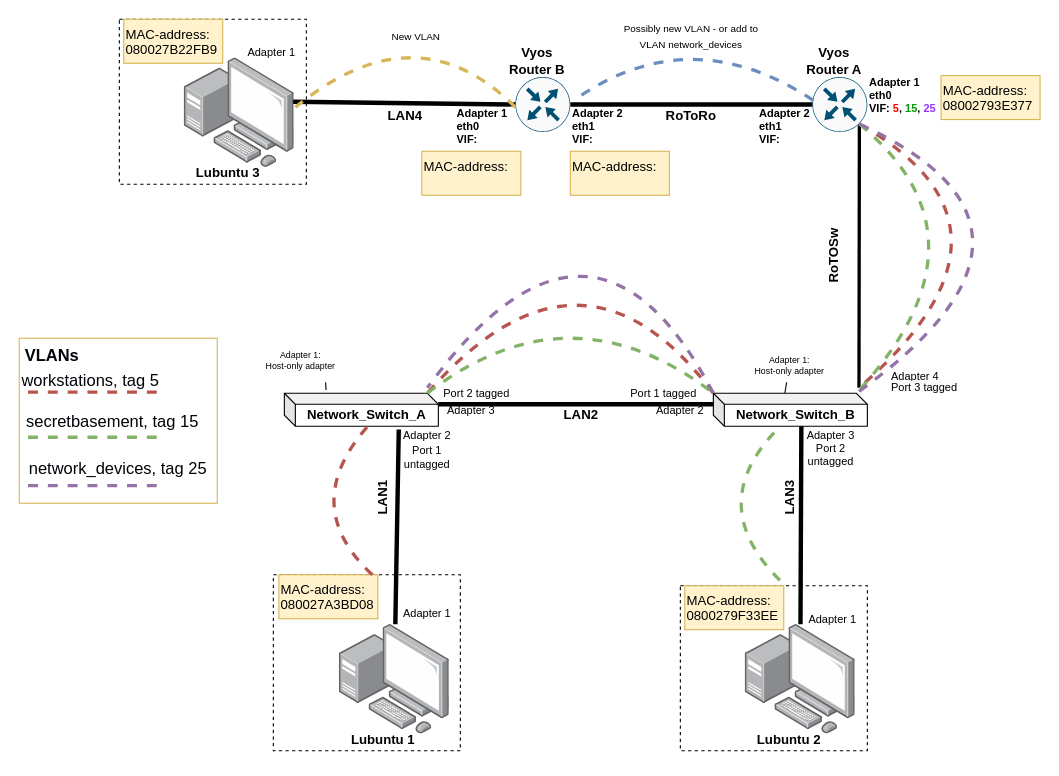
Kjersheim/DataNetworksIntro2023 keeps this draw.io diagram as page "Physical Topology" (1 of 3) of documentation/E05/E05NetworkCharts.drawio. Above is the earlier version. Source tidied: cells renumbered, new cells numbered last; positions are measured from the earlier drawing's top-left corner, leaving out a move shared by most shapes. Both pictures are drawn from the tidied source at 110%, with x=0, y=0 at pixel (19, 8).
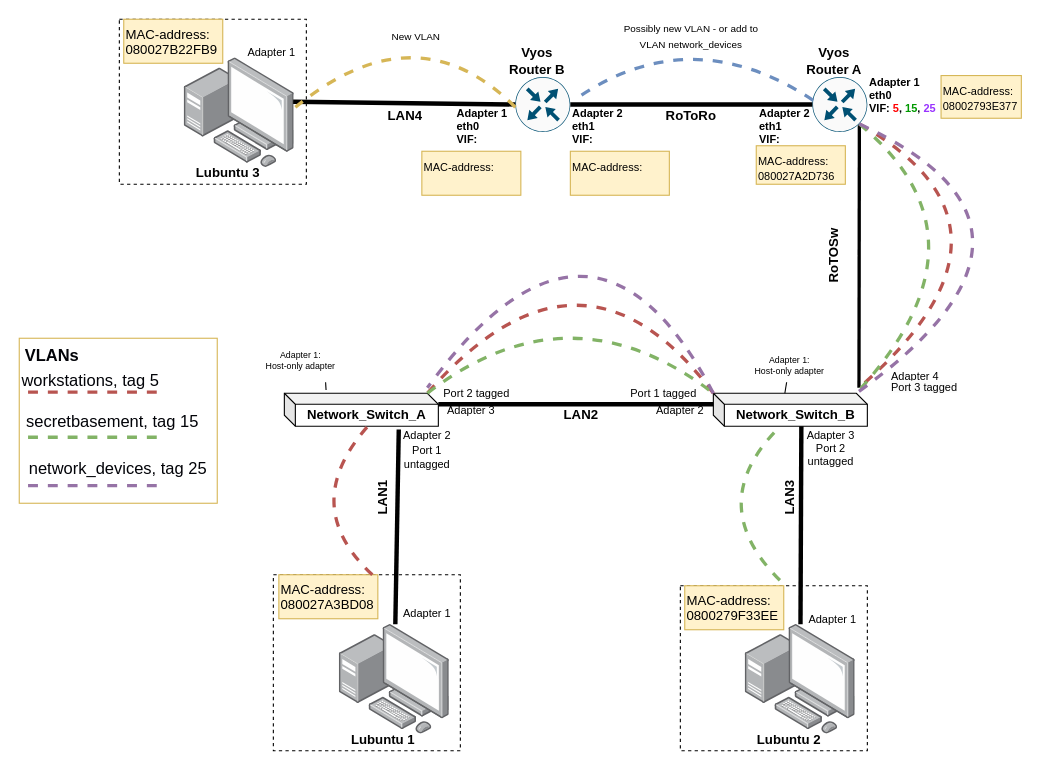
After the change.

Diff of the diagram source:
```diff
@@
-    <mxCell id="53" value="MAC-address:&lt;br&gt;08002793E377" style="text;strokeColor=#d6b656;align=left;fillColor=#fff2cc;html=1;verticalAlign=top;rounded=0;whiteSpace=wrap;labelBorderColor=none;fillStyle=auto;" parent="1" vertex="1">
-      <mxGeometry x="838" y="61.2" width="90" height="40" as="geometry" />
+    <mxCell id="53" value="&lt;font style=&quot;font-size: 10px;&quot;&gt;MAC-address:&lt;br&gt;08002793E377&lt;/font&gt;" style="text;strokeColor=#d6b656;align=left;fillColor=#fff2cc;html=1;verticalAlign=top;rounded=0;whiteSpace=wrap;labelBorderColor=none;fillStyle=auto;" parent="1" vertex="1">
+      <mxGeometry x="838" y="61.2" width="73" height="38.8" as="geometry" />
     </mxCell>
@@
-    <mxCell id="64" value="MAC-address:&lt;br&gt;" style="text;strokeColor=#d6b656;align=left;fillColor=#fff2cc;html=1;verticalAlign=top;rounded=0;whiteSpace=wrap;labelBorderColor=none;fillStyle=auto;" parent="1" vertex="1">
+    <mxCell id="64" value="&lt;font style=&quot;font-size: 10px;&quot;&gt;MAC-address:&lt;/font&gt;" style="text;strokeColor=#d6b656;align=left;fillColor=#fff2cc;html=1;verticalAlign=top;rounded=0;whiteSpace=wrap;labelBorderColor=none;fillStyle=auto;" parent="1" vertex="1">
       <mxGeometry x="366" y="130" width="90" height="40" as="geometry" />
     </mxCell>
@@
-    <mxCell id="70" value="MAC-address:&lt;br&gt;" style="text;strokeColor=#d6b656;align=left;fillColor=#fff2cc;html=1;verticalAlign=top;rounded=0;whiteSpace=wrap;labelBorderColor=none;fillStyle=auto;" parent="1" vertex="1">
+    <mxCell id="70" value="&lt;font style=&quot;font-size: 10px;&quot;&gt;MAC-address:&lt;/font&gt;" style="text;strokeColor=#d6b656;align=left;fillColor=#fff2cc;html=1;verticalAlign=top;rounded=0;whiteSpace=wrap;labelBorderColor=none;fillStyle=auto;" parent="1" vertex="1">
       <mxGeometry x="501" y="130" width="90" height="40" as="geometry" />
     </mxCell>
@@
+    <mxCell id="76" value="&lt;font style=&quot;font-size: 10px;&quot;&gt;MAC-address:&lt;br&gt;080027A2D736&lt;br&gt;&lt;/font&gt;" style="text;strokeColor=#d6b656;align=left;fillColor=#fff2cc;html=1;verticalAlign=top;rounded=0;whiteSpace=wrap;labelBorderColor=none;fillStyle=auto;" parent="1" vertex="1">
+      <mxGeometry x="670" y="125" width="81" height="35" as="geometry" />
+    </mxCell>
```
